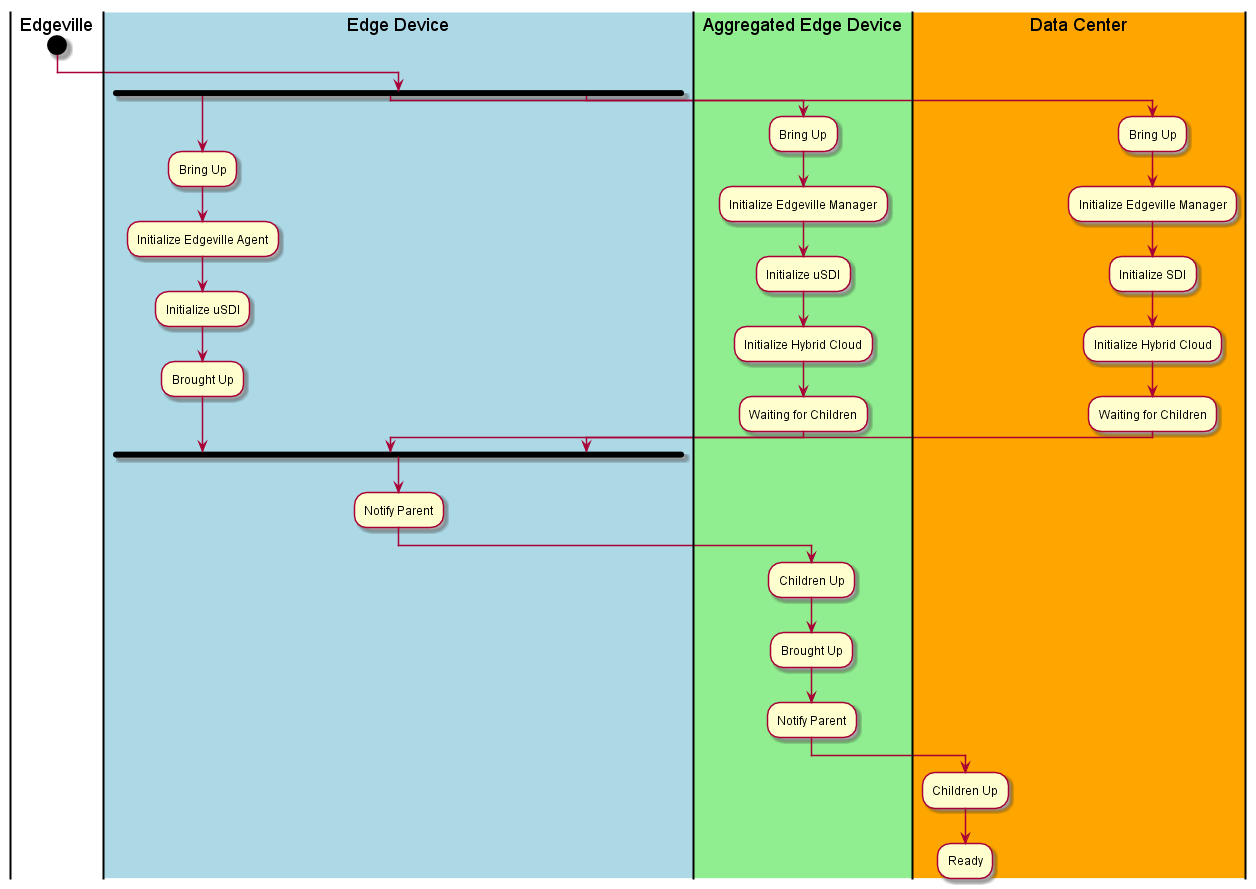
This is docs/Solution/Process.png from CAADE/edgeville, a PlantUML export, as it was before one commit. Its diagram source:
```plantuml
@startuml
|Edgeville|
start
|#lightblue|Edge Device|
fork
  :Bring Up;
  :Initialize Edgeville Agent;
  :Initialize uSDI;
  :Brought Up;
|#lightgreen|Aggregated Edge Device|
fork again
  :Bring Up;
  :Initialize Edgeville Manager;
  :Initialize uSDI;
  :Initialize Hybrid Cloud;
  :Waiting for Children;
|#orange|Data Center|
fork again
  :Bring Up;
  :Initialize Edgeville Manager;
  :Initialize SDI;
  :Initialize Hybrid Cloud;
  :Waiting for Children;
fork end
|Edge Device|
  :Notify Parent;
|Aggregated Edge Device|
  :Children Up;
  :Brought Up;
  :Notify Parent;
|#orange|Data Center|
  :Children Up;
  :Ready;
@enduml
```
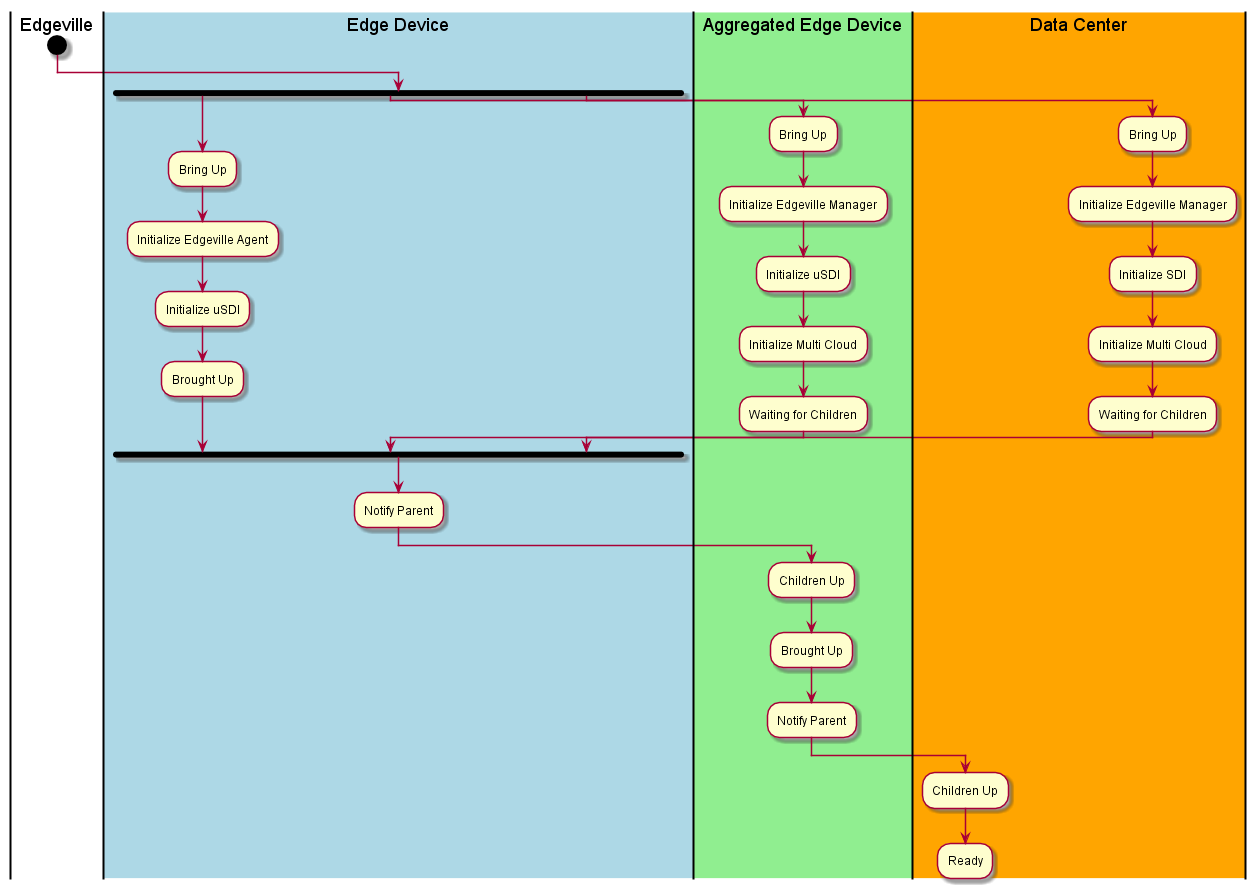
The same diagram one commit later.

Diff of the diagram source:
```diff
@@ -12,14 +12,14 @@
   :Bring Up;
   :Initialize Edgeville Manager;
   :Initialize uSDI;
-  :Initialize Hybrid Cloud;
+  :Initialize Multi Cloud;
   :Waiting for Children;
 |#orange|Data Center|
 fork again
   :Bring Up;
   :Initialize Edgeville Manager;
   :Initialize SDI;
-  :Initialize Hybrid Cloud;
+  :Initialize Multi Cloud;
   :Waiting for Children;
 fork end
 |Edge Device|
```
